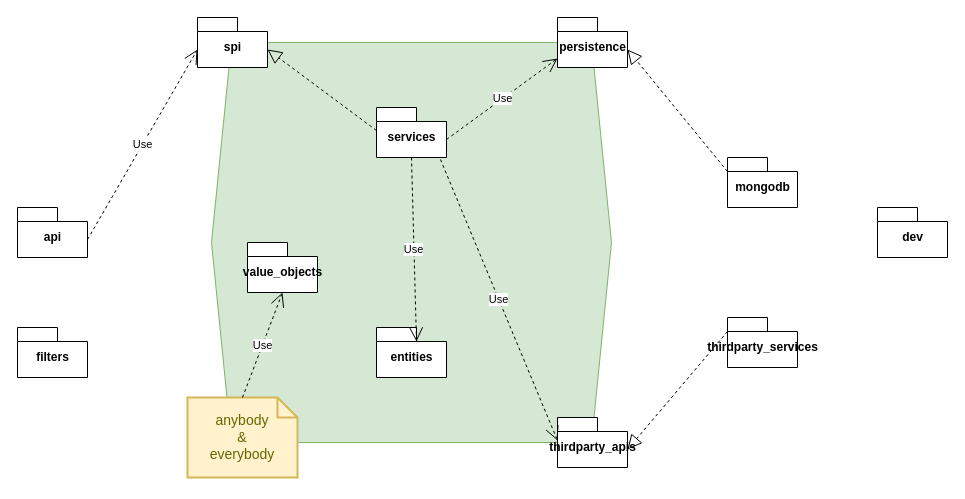
Before: beuawg/PackagesArchitecture.drawio in Squoss/Fixadat, a draw.io diagram. Source tidied: cells renumbered, new cells numbered last; positions are measured from the earlier drawing's top-left corner, leaving out a move shared by most shapes. Both pictures are drawn from the tidied source at 100%, with x=0, y=0 at pixel (17, 17).
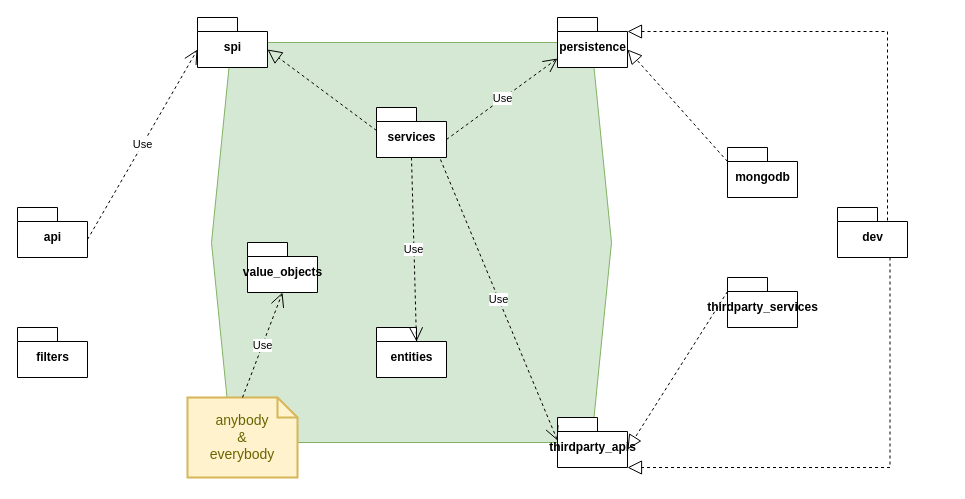
After the change.

Unchanged cells that the change refers to:
```xml
<mxCell id="10" value="persistence" style="shape=folder;fontStyle=1;spacingTop=10;tabWidth=40;tabHeight=14;tabPosition=left;html=1;" parent="1" vertex="1">
  <mxGeometry x="540" width="70" height="50" as="geometry" />
</mxCell>
<mxCell id="15" value="&lt;div&gt;thirdparty_apis&lt;/div&gt;" style="shape=folder;fontStyle=1;spacingTop=10;tabWidth=40;tabHeight=14;tabPosition=left;html=1;" parent="1" vertex="1">
  <mxGeometry x="540" y="400" width="70" height="50" as="geometry" />
</mxCell>
```

The edit, as a diff of the source:
```diff
@@
     <mxCell id="12" value="mongodb" style="shape=folder;fontStyle=1;spacingTop=10;tabWidth=40;tabHeight=14;tabPosition=left;html=1;" parent="1" vertex="1">
-      <mxGeometry x="710" y="140" width="70" height="50" as="geometry" />
+      <mxGeometry x="710" y="130" width="70" height="50" as="geometry" />
     </mxCell>
@@
     <mxCell id="14" value="&lt;div&gt;thirdparty_services&lt;/div&gt;" style="shape=folder;fontStyle=1;spacingTop=10;tabWidth=40;tabHeight=14;tabPosition=left;html=1;" parent="1" vertex="1">
-      <mxGeometry x="710" y="300" width="70" height="50" as="geometry" />
+      <mxGeometry x="710" y="260" width="70" height="50" as="geometry" />
     </mxCell>
@@
     <mxCell id="22" value="dev" style="shape=folder;fontStyle=1;spacingTop=10;tabWidth=40;tabHeight=14;tabPosition=left;html=1;" parent="1" vertex="1">
-      <mxGeometry x="860" y="190" width="70" height="50" as="geometry" />
+      <mxGeometry x="820" y="190" width="70" height="50" as="geometry" />
     </mxCell>
+    <mxCell id="23" style="endArrow=block;dashed=1;endFill=0;endSize=12;html=1;rounded=0;edgeStyle=orthogonalEdgeStyle;entryX=0;entryY=0;entryDx=70;entryDy=14;entryPerimeter=0;exitX=0;exitY=0;exitDx=55;exitDy=14;exitPerimeter=0;" parent="1" edge="1" source="22" target="10">
+      <mxGeometry relative="1" as="geometry">
+        <Array as="points">
+          <mxPoint x="870" y="204" />
+          <mxPoint x="870" y="14" />
+        </Array>
+      </mxGeometry>
+    </mxCell>
+    <mxCell id="24" style="endArrow=block;dashed=1;endFill=0;endSize=12;html=1;rounded=0;edgeStyle=orthogonalEdgeStyle;entryX=0;entryY=0;entryDx=70;entryDy=50;entryPerimeter=0;exitX=0.75;exitY=1;exitDx=0;exitDy=0;exitPerimeter=0;" parent="1" edge="1" source="22" target="15">
+      <mxGeometry relative="1" as="geometry">
+        <Array as="points">
+          <mxPoint x="873" y="450" />
+        </Array>
+      </mxGeometry>
+    </mxCell>
```
